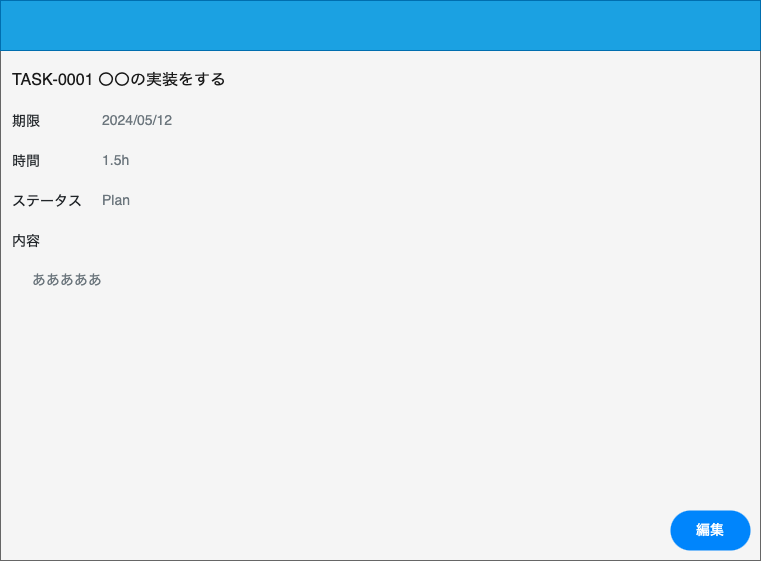
Before: screen_desgin/assets/task_detail.drawio.png, a diagram exported from draw.io (kanorix/task_management_app). Source tidied: cells renumbered, new cells last; positions are measured from the earlier drawing's top-left corner, leaving out a move shared by most shapes. Source of this version:
```xml
<mxGraphModel>
  <root>
    <mxCell id="0" />
    <mxCell id="1" parent="0" />
    <mxCell id="2" style="rounded=0;whiteSpace=wrap;html=1;fillColor=#f5f5f5;fontColor=#333333;strokeColor=#666666;" parent="1" vertex="1">
      <mxGeometry width="760" height="560" as="geometry" />
    </mxCell>
    <mxCell id="3" value="編集" style="rounded=1;whiteSpace=wrap;html=1;arcSize=50;strokeColor=none;strokeWidth=1;fillColor=#0085FC;fontColor=#FFFFFF;whiteSpace=wrap;align=center;verticalAlign=middle;spacingLeft=0;fontStyle=0;fontSize=14;spacing=10;" parent="1" vertex="1">
      <mxGeometry x="670" y="510" width="80" height="40" as="geometry" />
    </mxCell>
    <mxCell id="4" style="html=1;shadow=0;dashed=0;fillColor=#1ba1e2;strokeColor=#006EAF;fontSize=16;fontColor=#ffffff;align=left;spacing=15;rounded=0;" parent="1" vertex="1">
      <mxGeometry width="760" height="50" as="geometry" />
    </mxCell>
    <mxCell id="5" value="内容" style="fillColor=none;strokeColor=none;align=left;fontSize=14;fontColor=#212529;" parent="1" vertex="1">
      <mxGeometry width="260" height="40" relative="1" as="geometry">
        <mxPoint x="50" y="260" as="offset" />
      </mxGeometry>
    </mxCell>
    <mxCell id="6" value="期限" style="fillColor=none;strokeColor=none;align=left;fontSize=14;fontColor=#212529;" parent="1" vertex="1">
      <mxGeometry x="10" y="100" width="80" height="40" as="geometry" />
    </mxCell>
    <mxCell id="7" value="時間" style="fillColor=none;strokeColor=none;align=left;fontSize=14;fontColor=#212529;" parent="1" vertex="1">
      <mxGeometry x="10" y="140" width="80" height="40" as="geometry" />
    </mxCell>
    <mxCell id="8" value="ステータス" style="fillColor=none;strokeColor=none;align=left;fontSize=14;fontColor=#212529;" parent="1" vertex="1">
      <mxGeometry x="10" y="180" width="80" height="40" as="geometry" />
    </mxCell>
    <mxCell id="9" value="&lt;font color=&quot;#1a1a1a&quot; style=&quot;font-size: 16px;&quot;&gt;TASK-0001 〇〇の実装をする&lt;/font&gt;" style="text;html=1;strokeColor=none;fillColor=none;align=left;verticalAlign=middle;whiteSpace=wrap;rounded=0;fontSize=16;" parent="1" vertex="1">
      <mxGeometry x="10" y="65" width="240" height="30" as="geometry" />
    </mxCell>
    <mxCell id="10" value="&lt;span style=&quot;color: rgb(108, 118, 125); font-size: 14px;&quot;&gt;2024/05/12&lt;/span&gt;" style="text;html=1;strokeColor=none;fillColor=none;align=left;verticalAlign=middle;whiteSpace=wrap;rounded=0;fontSize=13;" parent="1" vertex="1">
      <mxGeometry x="100" y="100" width="240" height="40" as="geometry" />
    </mxCell>
    <mxCell id="11" value="&lt;span style=&quot;color: rgb(108, 118, 125); font-size: 14px;&quot;&gt;1.5h&lt;/span&gt;" style="text;html=1;strokeColor=none;fillColor=none;align=left;verticalAlign=middle;whiteSpace=wrap;rounded=0;fontSize=13;" parent="1" vertex="1">
      <mxGeometry x="100" y="140" width="240" height="40" as="geometry" />
    </mxCell>
    <mxCell id="12" value="&lt;span style=&quot;color: rgb(108, 118, 125); font-size: 14px;&quot;&gt;Plan&lt;/span&gt;" style="text;html=1;strokeColor=none;fillColor=none;align=left;verticalAlign=middle;whiteSpace=wrap;rounded=0;fontSize=13;" parent="1" vertex="1">
      <mxGeometry x="100" y="180" width="240" height="40" as="geometry" />
    </mxCell>
    <mxCell id="13" value="&lt;font color=&quot;#6c767d&quot;&gt;&lt;span style=&quot;font-size: 14px;&quot;&gt;あああああ&lt;/span&gt;&lt;/font&gt;" style="text;html=1;strokeColor=none;fillColor=none;align=left;verticalAlign=middle;whiteSpace=wrap;rounded=0;fontSize=13;" parent="1" vertex="1">
      <mxGeometry x="30" y="260" width="240" height="40" as="geometry" />
    </mxCell>
  </root>
</mxGraphModel>
```
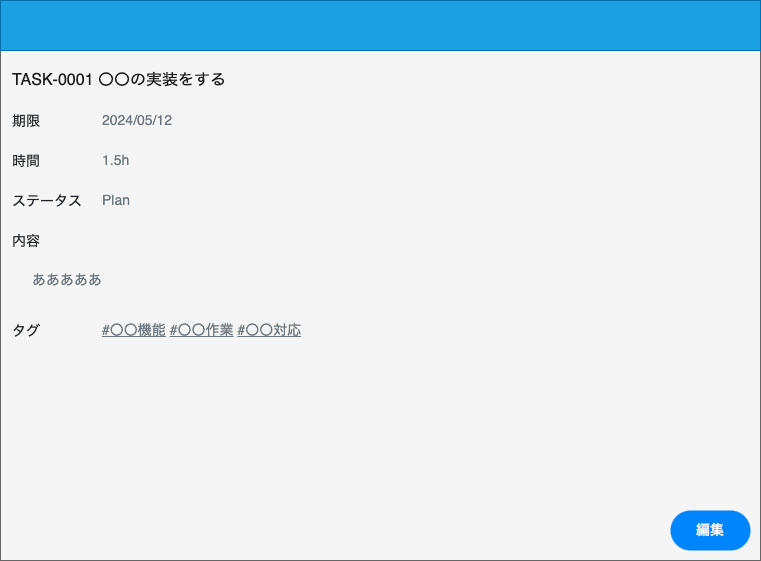
The same diagram one commit later.

Diff of the diagram source:
```diff
@@ -40,5 +40,11 @@
     <mxCell id="13" value="&lt;font color=&quot;#6c767d&quot;&gt;&lt;span style=&quot;font-size: 14px;&quot;&gt;あああああ&lt;/span&gt;&lt;/font&gt;" style="text;html=1;strokeColor=none;fillColor=none;align=left;verticalAlign=middle;whiteSpace=wrap;rounded=0;fontSize=13;" parent="1" vertex="1">
       <mxGeometry x="30" y="260" width="240" height="40" as="geometry" />
     </mxCell>
+    <mxCell id="14" value="タグ" style="fillColor=none;strokeColor=none;align=left;fontSize=14;fontColor=#212529;" parent="1" vertex="1">
+      <mxGeometry x="10" y="310" width="80" height="40" as="geometry" />
+    </mxCell>
+    <mxCell id="15" value="&lt;font color=&quot;#6c767d&quot;&gt;&lt;span style=&quot;font-size: 14px;&quot;&gt;&lt;u&gt;#〇〇機能&lt;/u&gt; &lt;u&gt;#〇〇作業&lt;/u&gt; &lt;u&gt;#〇〇対応&lt;/u&gt;&lt;/span&gt;&lt;/font&gt;" style="text;html=1;strokeColor=none;fillColor=none;align=left;verticalAlign=middle;whiteSpace=wrap;rounded=0;fontSize=13;" parent="1" vertex="1">
+      <mxGeometry x="100" y="310" width="240" height="40" as="geometry" />
+    </mxCell>
   </root>
 </mxGraphModel>
```
